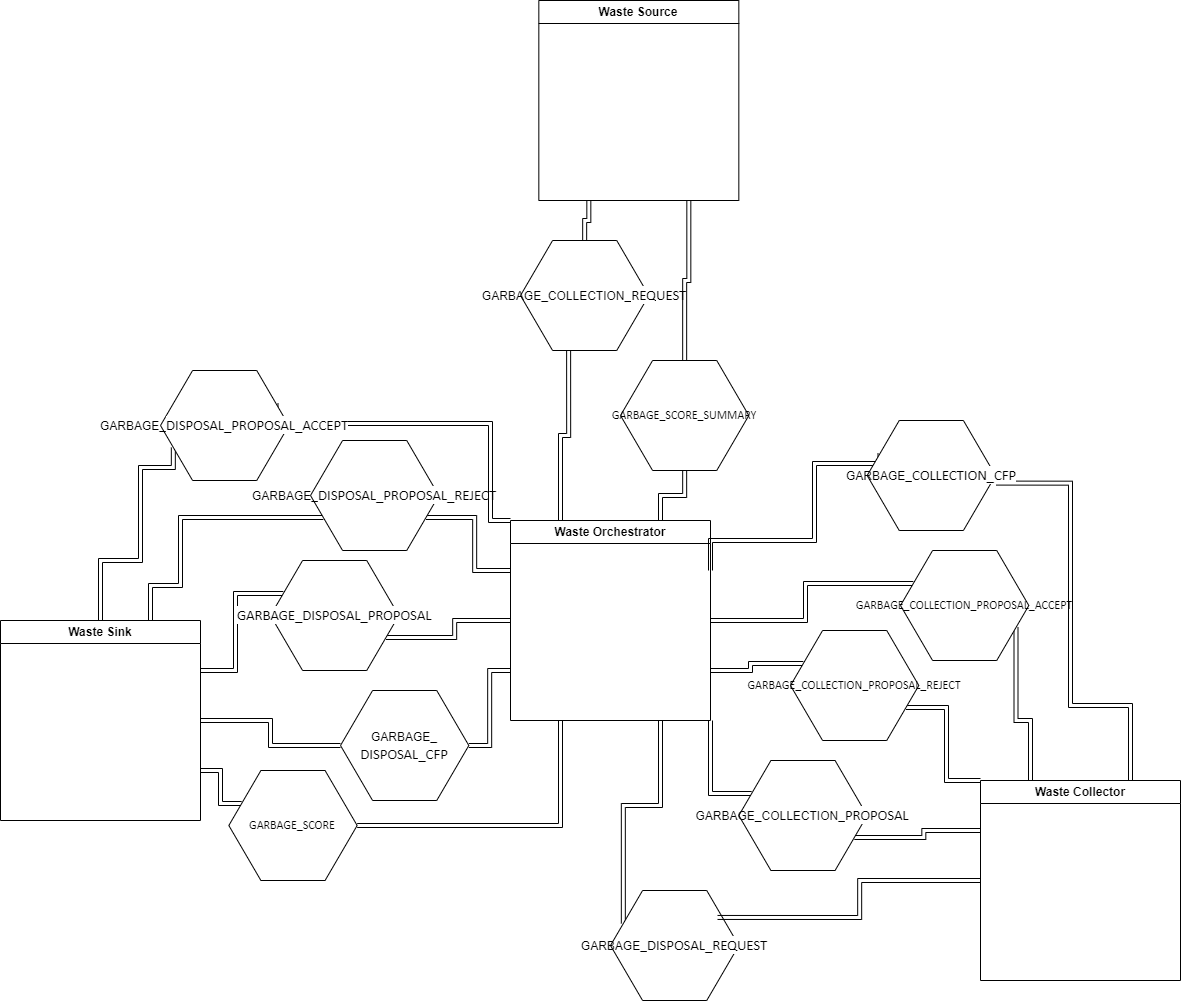
This is diagrams/konwersacje.drawio.png from SwirtaB/AASD_CityWasteAgentSystem, a draw.io export, as it was before one commit. Source tidied: cells renumbered, new cells last; positions are measured from the earlier drawing's top-left corner, leaving out a move shared by most shapes.
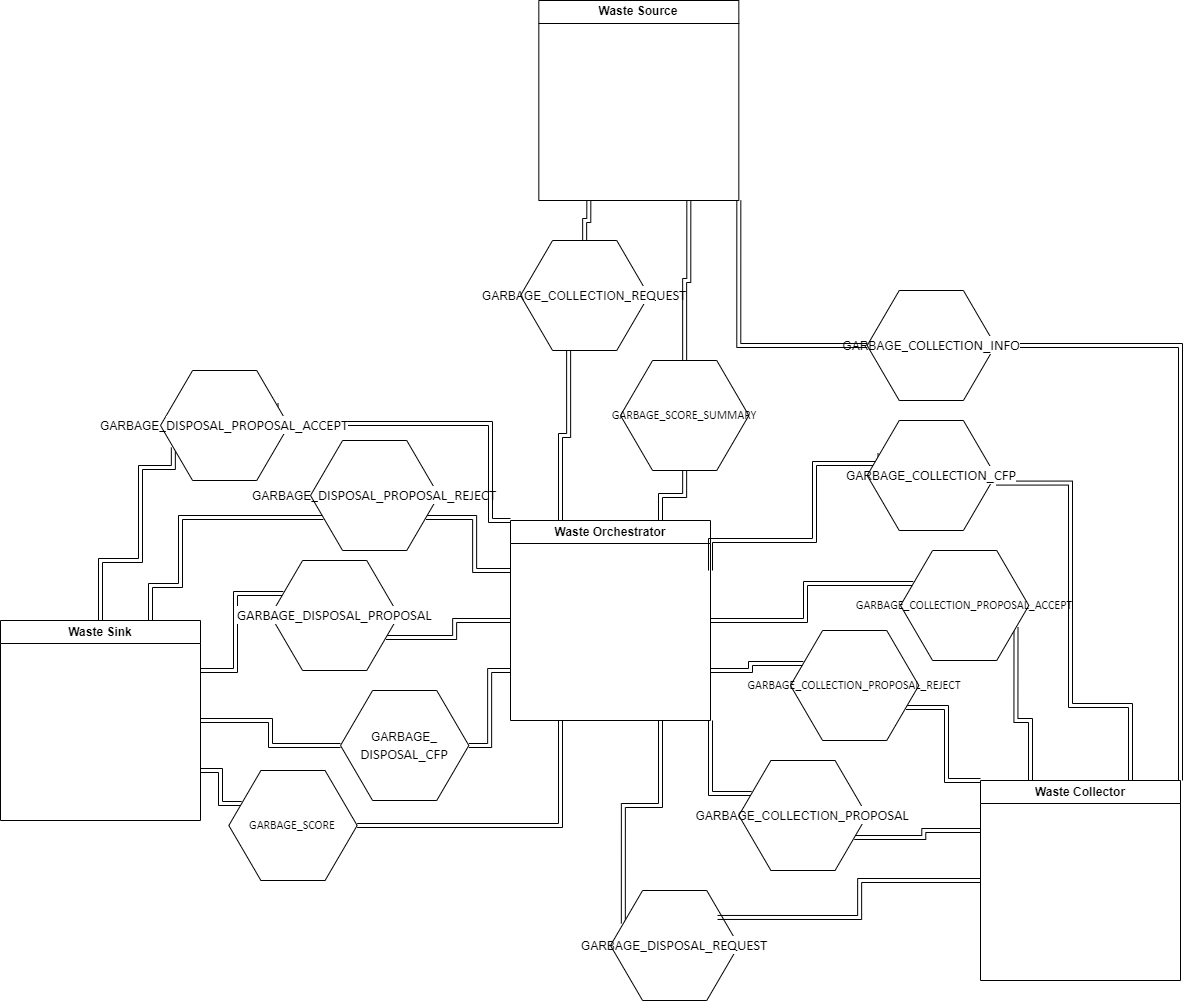
After the change.

Diff of the diagram source:
```diff
@@ -5,6 +5,9 @@
     <mxCell id="2" style="edgeStyle=orthogonalEdgeStyle;rounded=0;jettySize=auto;html=1;exitX=0.25;exitY=1;exitDx=0;exitDy=0;entryX=0.5;entryY=0;entryDx=0;entryDy=0;shape=link;" parent="1" edge="1" source="3" target="17">
       <mxGeometry relative="1" as="geometry" />
     </mxCell>
+    <mxCell id="42" style="edgeStyle=orthogonalEdgeStyle;rounded=0;jettySize=auto;html=1;exitX=1;exitY=1;exitDx=0;exitDy=0;entryX=0;entryY=0.5;entryDx=0;entryDy=0;shape=link;" parent="1" edge="1" source="3" target="44">
+      <mxGeometry relative="1" as="geometry" />
+    </mxCell>
     <mxCell id="3" value="Waste Source" style="swimlane;whiteSpace=wrap;html=1;" parent="1" vertex="1">
       <mxGeometry x="538.3" width="200" height="200" as="geometry" />
     </mxCell>
@@ -155,5 +158,11 @@
     <mxCell id="41" style="edgeStyle=orthogonalEdgeStyle;rounded=0;jettySize=auto;html=1;exitX=1;exitY=0.5;exitDx=0;exitDy=0;entryX=0;entryY=0.5;entryDx=0;entryDy=0;shape=link;" parent="1" edge="1" source="8" target="33">
       <mxGeometry relative="1" as="geometry" />
     </mxCell>
+    <mxCell id="43" style="edgeStyle=orthogonalEdgeStyle;rounded=0;jettySize=auto;html=1;exitX=1;exitY=0.5;exitDx=0;exitDy=0;entryX=1;entryY=0;entryDx=0;entryDy=0;shape=link;" parent="1" edge="1" source="44" target="15">
+      <mxGeometry relative="1" as="geometry" />
+    </mxCell>
+    <mxCell id="44" value="GARBAGE_&lt;span style=&quot;-webkit-user-drag: none; -webkit-tap-highlight-color: transparent; margin: 0px; padding: 0px; user-select: text; font-family: Calibri, Calibri_EmbeddedFont, Calibri_MSFontService, sans-serif; font-size: 14.6667px; font-variant-ligatures: none; text-align: left; background-color: rgb(255, 255, 255);&quot; class=&quot;NormalTextRun SCXW119566157 BCX0&quot;&gt;COLLECTION_INFO&lt;/span&gt;" style="shape=mxgraph.bpmn.conversation;perimeter=hexagonPerimeter2;whiteSpace=wrap;html=1;bpmnConversationType=conv;" parent="1" vertex="1">
+      <mxGeometry x="866.7" y="290" width="128.3" height="110" as="geometry" />
+    </mxCell>
   </root>
 </mxGraphModel>
```
